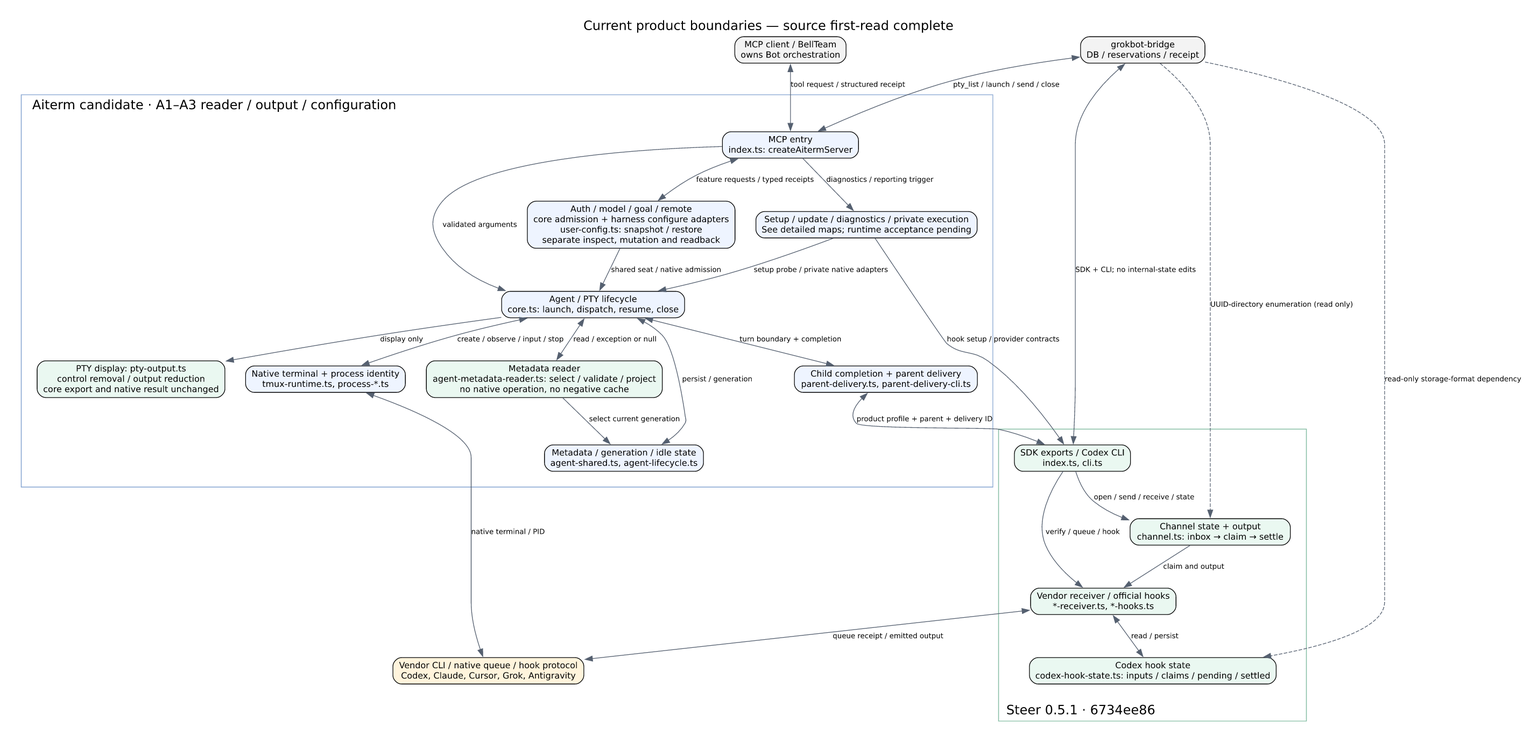
Earlier version of the Graphviz export docs/architecture/current-overview.png (kitepon/aiterm-mcp). Its source is kept beside it as docs/architecture/current-overview.dot.
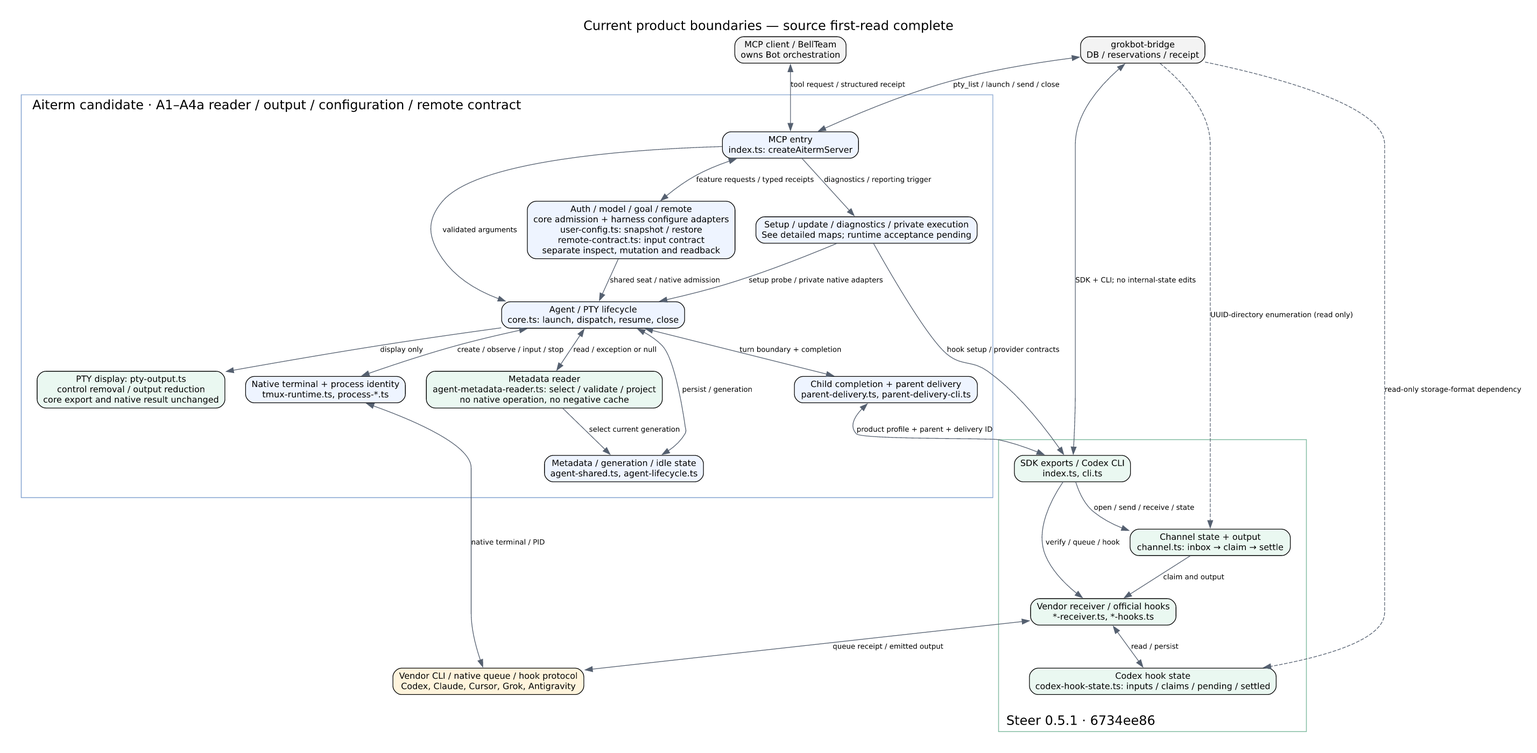
Later version of the same file.

Change to the diagram source:
```diff
@@ -5,7 +5,7 @@
  client [label="MCP client / BellTeam\nowns Bot orchestration",fillcolor="#f3f3f3"];
  bridge [label="grokbot-bridge\nDB / reservations / receipt",fillcolor="#f3f3f3"];
  subgraph cluster_a {
-  label="Aiterm candidate · A1–A3 reader / output / configuration";labeljust=l;margin=22;color="#82a2d0";
+  label="Aiterm candidate · A1–A4a reader / output / configuration / remote contract";labeljust=l;margin=22;color="#82a2d0";
   mcp [label="MCP entry\nindex.ts: createAitermServer"];
   lifecycle [label="Agent / PTY lifecycle\ncore.ts: launch, dispatch, resume, close"];
   output [label="PTY display: pty-output.ts\ncontrol removal / output reduction\ncore export and native result unchanged",fillcolor="#eaf8f1"];
@@ -13,7 +13,7 @@
   state [label="Metadata / generation / idle state\nagent-shared.ts, agent-lifecycle.ts"];
   runtime [label="Native terminal + process identity\ntmux-runtime.ts, process-*.ts"];
   parents [label="Child completion + parent delivery\nparent-delivery.ts, parent-delivery-cli.ts"];
-  manage [label="Auth / model / goal / remote\ncore admission + harness configure adapters\nuser-config.ts: snapshot / restore\nseparate inspect, mutation and readback"];
+  manage [label="Auth / model / goal / remote\ncore admission + harness configure adapters\nuser-config.ts: snapshot / restore\nremote-contract.ts: input contract\nseparate inspect, mutation and readback"];
   pending [label="Setup / update / diagnostics / private execution\nSee detailed maps; runtime acceptance pending"];
  }
  subgraph cluster_s {
```
